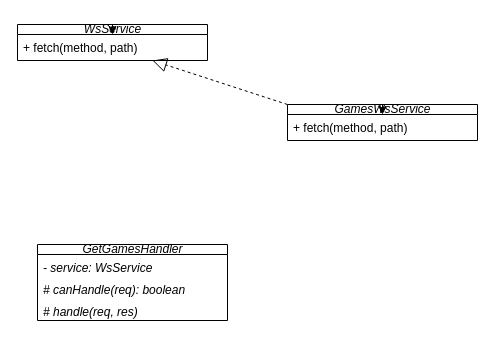
The draw.io diagram .drawio in rafaeltedesco/youtube-design-patterns, before the edit. Source tidied: cells renumbered, new cells numbered last; positions are measured from the earlier drawing's top-left corner, leaving out a move shared by most shapes. Both pictures are drawn from the tidied source at 100%, with x=0, y=0 at pixel (17, 24).
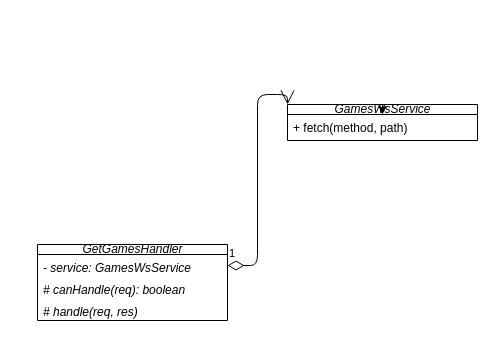
The same diagram, later.

The edit, as a diff of the source:
```diff
@@
 <mxGraphModel>
   <root>
     <mxCell id="0" />
     <mxCell id="1" parent="0" />
     <mxCell id="2" value="&lt;i&gt;GamesWsService&lt;br&gt;&lt;/i&gt;" style="swimlane;fontStyle=0;horizontal=1;startSize=10;fillColor=none;html=1;" parent="1" vertex="1">
       <mxGeometry x="270" y="80" width="190" height="36" as="geometry" />
     </mxCell>
     <mxCell id="3" value="+ fetch(method, path)" style="text;strokeColor=none;fillColor=none;align=left;verticalAlign=top;spacingLeft=4;spacingRight=4;overflow=hidden;points=[[0,0.5],[1,0.5]];portConstraint=eastwest;whiteSpace=wrap;html=1;" parent="2" vertex="1">
       <mxGeometry y="10" width="190" height="26" as="geometry" />
     </mxCell>
     <mxCell id="4" style="edgeStyle=none;html=1;exitX=0.5;exitY=0;exitDx=0;exitDy=0;fontStyle=1;" parent="2" edge="1" source="2" target="3">
       <mxGeometry relative="1" as="geometry" />
     </mxCell>
     <mxCell id="5" value="&lt;i&gt;GetGamesHandler&lt;br&gt;&lt;/i&gt;" style="swimlane;fontStyle=0;horizontal=1;startSize=10;fillColor=none;html=1;" parent="1" vertex="1">
       <mxGeometry x="20" y="220" width="190" height="76" as="geometry" />
     </mxCell>
-    <mxCell id="6" value="&lt;i&gt;- service: WsService&lt;/i&gt;" style="text;strokeColor=none;fillColor=none;align=left;verticalAlign=top;spacingLeft=4;spacingRight=4;overflow=hidden;points=[[0,0.5],[1,0.5]];portConstraint=eastwest;whiteSpace=wrap;html=1;" parent="5" vertex="1">
+    <mxCell id="6" value="&lt;i&gt;- service: GamesWsService&lt;/i&gt;" style="text;strokeColor=none;fillColor=none;align=left;verticalAlign=top;spacingLeft=4;spacingRight=4;overflow=hidden;points=[[0,0.5],[1,0.5]];portConstraint=eastwest;whiteSpace=wrap;html=1;" parent="5" vertex="1">
       <mxGeometry y="10" width="190" height="22" as="geometry" />
     </mxCell>
     <mxCell id="7" value="&lt;i&gt;# canHandle(req): boolean&lt;/i&gt;" style="text;strokeColor=none;fillColor=none;align=left;verticalAlign=top;spacingLeft=4;spacingRight=4;overflow=hidden;whiteSpace=wrap;html=1;" parent="5" vertex="1">
       <mxGeometry y="32" width="190" height="22" as="geometry" />
     </mxCell>
     <mxCell id="8" value="&lt;i&gt;# handle(req, res)&lt;/i&gt;" style="text;strokeColor=none;fillColor=none;align=left;verticalAlign=top;spacingLeft=4;spacingRight=4;overflow=hidden;whiteSpace=wrap;html=1;" parent="5" vertex="1">
       <mxGeometry y="54" width="190" height="22" as="geometry" />
     </mxCell>
-    <mxCell id="9" value="&lt;i&gt;WsService&lt;br&gt;&lt;/i&gt;" style="swimlane;fontStyle=0;horizontal=1;startSize=10;fillColor=none;html=1;" parent="1" vertex="1">
-      <mxGeometry width="190" height="36" as="geometry" />
-    </mxCell>
-    <mxCell id="10" value="+ fetch(method, path)" style="text;strokeColor=none;fillColor=none;align=left;verticalAlign=top;spacingLeft=4;spacingRight=4;overflow=hidden;points=[[0,0.5],[1,0.5]];portConstraint=eastwest;whiteSpace=wrap;html=1;" parent="9" vertex="1">
-      <mxGeometry y="10" width="190" height="26" as="geometry" />
-    </mxCell>
-    <mxCell id="11" style="edgeStyle=none;html=1;exitX=0.5;exitY=0;exitDx=0;exitDy=0;fontStyle=1;" parent="9" edge="1" source="9" target="10">
-      <mxGeometry relative="1" as="geometry" />
-    </mxCell>
-    <mxCell id="12" style="endArrow=block;dashed=1;endFill=0;endSize=12;html=1;exitX=0;exitY=0;exitDx=0;exitDy=0;fontStyle=1;" parent="1" edge="1" source="2" target="10">
-      <mxGeometry relative="1" as="geometry" />
-    </mxCell>
+    <mxCell id="13" value="1" style="endArrow=open;html=1;endSize=12;startArrow=diamondThin;startSize=14;startFill=0;edgeStyle=orthogonalEdgeStyle;align=left;verticalAlign=bottom;exitX=1;exitY=0.5;exitDx=0;exitDy=0;entryX=0;entryY=0;entryDx=0;entryDy=0;" parent="1" edge="1" source="6" target="2">
+      <mxGeometry x="-1" y="3" relative="1" as="geometry" />
+    </mxCell>
   </root>
 </mxGraphModel>
```
